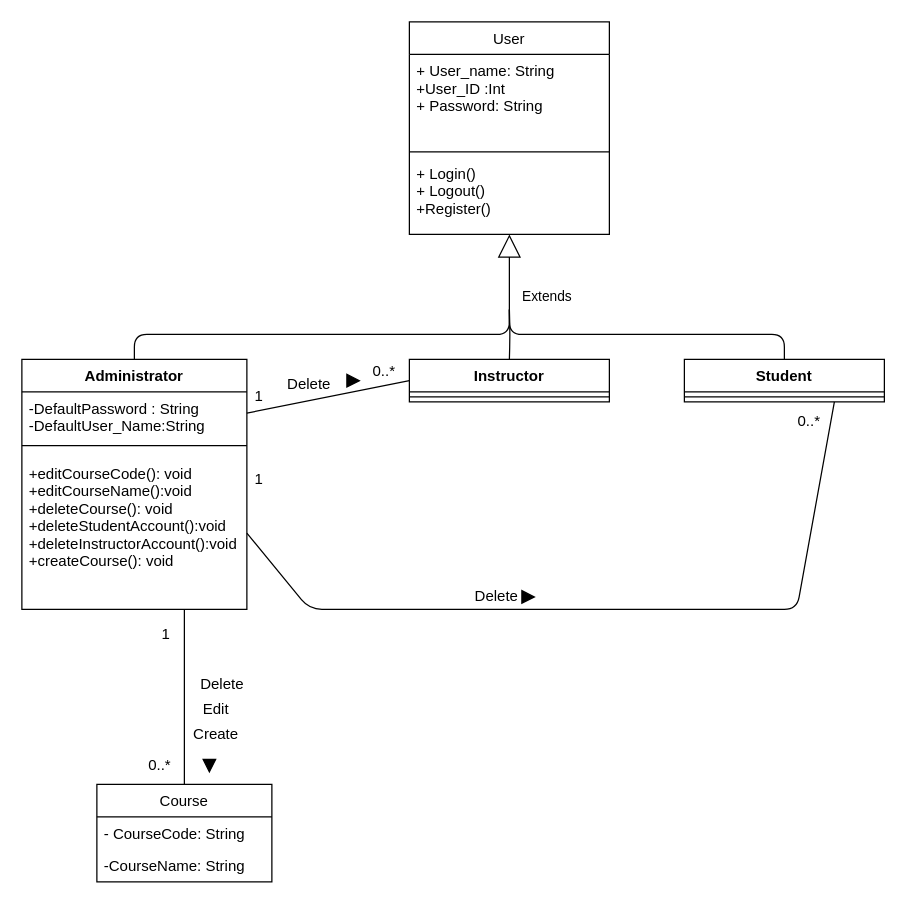
Earlier version of the draw.io diagram SEG2105_Project.drawio (Ze-48346/SEG2105_Project_Work). Source tidied: cells renumbered, new cells numbered last; positions are measured from the earlier drawing's top-left corner, leaving out a move shared by most shapes. Both pictures are drawn from the tidied source at 125%, with x=0, y=0 at pixel (21, 21).
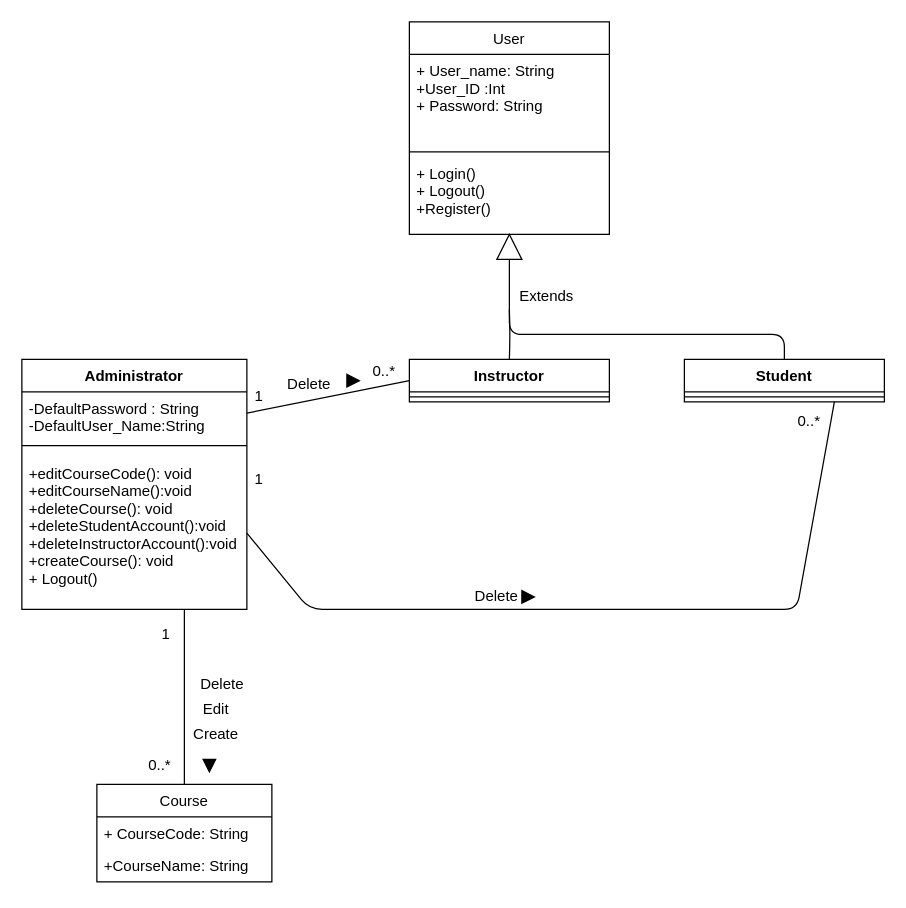
Above is the later version.

Unchanged cells that the change refers to:
```xml
<mxCell id="2" value="User" style="swimlane;fontStyle=0;align=center;verticalAlign=top;horizontal=1;startSize=26;" parent="1" vertex="1">
  <mxGeometry x="310" width="160" height="170" as="geometry" />
</mxCell>
<mxCell id="6" value=" Administrator" style="swimlane;fontStyle=1;align=center;verticalAlign=top;horizontal=1;startSize=26;" parent="1" vertex="1">
  <mxGeometry y="270" width="180" height="200" as="geometry" />
</mxCell>
<mxCell id="12" value="Student" style="swimlane;fontStyle=1;align=center;verticalAlign=top;horizontal=1;startSize=26;" parent="1" vertex="1">
  <mxGeometry x="530" y="270" width="160" height="34" as="geometry" />
</mxCell>
<mxCell id="17" value="Course" style="swimlane;fontStyle=0;horizontal=1;startSize=26;fillColor=none;" parent="1" vertex="1">
  <mxGeometry x="60" y="610" width="140" height="78" as="geometry" />
</mxCell>
```

The edit, as a diff of the source:
```diff
@@
-    <mxCell id="9" value="+editCourseCode(): void&#10;+editCourseName():void&#10;+deleteCourse(): void&#10;+deleteStudentAccount():void&#10;+deleteInstructorAccount():void&#10;+createCourse(): void&#10;&#10;" style="text;strokeColor=none;fillColor=none;align=left;verticalAlign=top;spacingLeft=4;spacingRight=4;overflow=hidden;points=[[0,0.5],[1,0.5]];portConstraint=eastwest;" parent="6" vertex="1">
+    <mxCell id="9" value="+editCourseCode(): void&#10;+editCourseName():void&#10;+deleteCourse(): void&#10;+deleteStudentAccount():void&#10;+deleteInstructorAccount():void&#10;+createCourse(): void&#10;+ Logout()&#10;&#10;" style="text;strokeColor=none;fillColor=none;align=left;verticalAlign=top;spacingLeft=4;spacingRight=4;overflow=hidden;points=[[0,0.5],[1,0.5]];portConstraint=eastwest;" parent="6" vertex="1">
       <mxGeometry y="78" width="180" height="122" as="geometry" />
     </mxCell>
@@
-    <mxCell id="14" value="Extends" style="endArrow=block;endSize=16;endFill=0;html=1;entryX=0.5;entryY=1;entryDx=0;entryDy=0;exitX=0.5;exitY=0;exitDx=0;exitDy=0;" parent="1" edge="1" source="6" target="2">
-      <mxGeometry x="0.75" y="-30" relative="1" as="geometry">
-        <Array as="points">
-          <mxPoint x="90" y="250" />
-          <mxPoint x="390" y="250" />
-        </Array>
-      </mxGeometry>
-    </mxCell>
@@
-    <mxCell id="16" style="endArrow=none;html=1;edgeStyle=orthogonalEdgeStyle;entryX=0.5;entryY=0;entryDx=0;entryDy=0;" parent="1" edge="1" target="12">
+    <mxCell id="16" style="endArrow=none;html=1;edgeStyle=orthogonalEdgeStyle;entryX=0.5;entryY=0;entryDx=0;entryDy=0;exitX=0;exitY=0.5;exitDx=0;exitDy=0;" parent="1" edge="1" source="37" target="12">
       <mxGeometry relative="1" as="geometry">
-        <mxPoint x="390" y="230" as="sourcePoint" />
         <Array as="points">
           <mxPoint x="390" y="250" />
           <mxPoint x="610" y="250" />
         </Array>
       </mxGeometry>
     </mxCell>
@@
-    <mxCell id="18" value="- CourseCode: String" style="text;strokeColor=none;fillColor=none;align=left;verticalAlign=top;spacingLeft=4;spacingRight=4;overflow=hidden;" parent="17" vertex="1">
+    <mxCell id="18" value="+ CourseCode: String" style="text;strokeColor=none;fillColor=none;align=left;verticalAlign=top;spacingLeft=4;spacingRight=4;overflow=hidden;" parent="17" vertex="1">
       <mxGeometry y="26" width="140" height="26" as="geometry" />
     </mxCell>
-    <mxCell id="19" value="-CourseName: String &#10;" style="text;strokeColor=none;fillColor=none;align=left;verticalAlign=top;spacingLeft=4;spacingRight=4;overflow=hidden;" parent="17" vertex="1">
+    <mxCell id="19" value="+CourseName: String &#10;" style="text;strokeColor=none;fillColor=none;align=left;verticalAlign=top;spacingLeft=4;spacingRight=4;overflow=hidden;" parent="17" vertex="1">
       <mxGeometry y="52" width="140" height="26" as="geometry" />
     </mxCell>
@@
+    <mxCell id="37" style="triangle;whiteSpace=wrap;html=1;rotation=-90;" parent="1" vertex="1">
+      <mxGeometry x="380" y="170" width="20" height="20" as="geometry" />
+    </mxCell>
+    <mxCell id="14" value="Extends" style="text;html=1;strokeColor=none;fillColor=none;align=center;verticalAlign=middle;whiteSpace=wrap;rounded=0;" parent="1" vertex="1">
+      <mxGeometry x="400" y="210" width="40" height="20" as="geometry" />
+    </mxCell>
```
